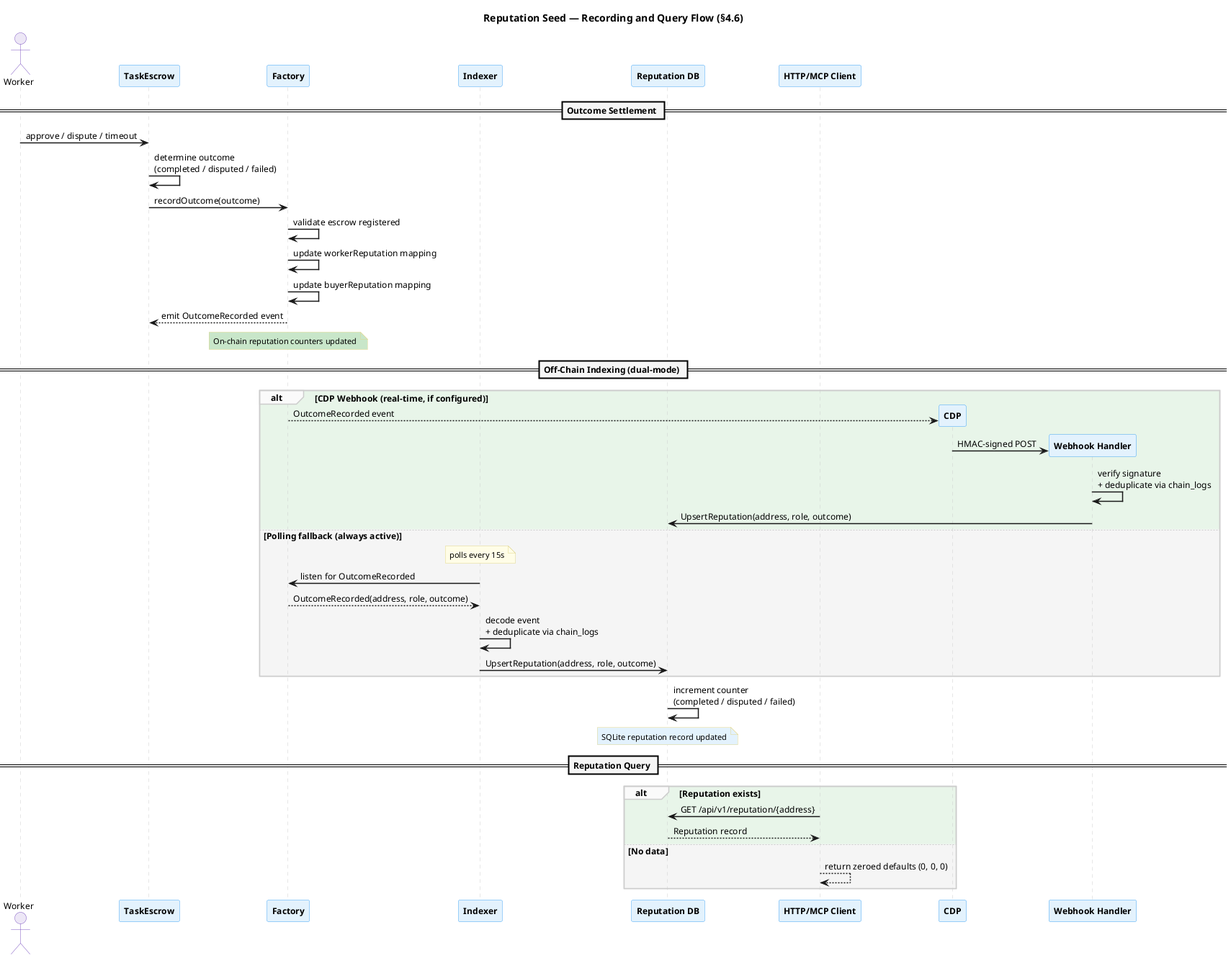
The PlantUML diagram docs/diagrams/reputation-seed-sequence.png in eddiefleurent/agent-escrow, before a commit. Its diagram source:
```plantuml
@startuml reputation-seed-sequence
skinparam backgroundColor #FFFFFF
skinparam defaultFontName "Helvetica"
skinparam defaultFontSize 12
skinparam shadowing false
skinparam sequenceArrowThickness 1.5
skinparam sequenceLifeLineBorderColor #CCCCCC
skinparam sequenceDividerBackgroundColor #F5F5F5
skinparam sequenceDividerFontStyle bold
skinparam sequenceGroupBackgroundColor #FAFAFA
skinparam sequenceGroupBorderColor #CCCCCC

skinparam participant {
  BorderColor #42A5F5
  BackgroundColor #E3F2FD
  FontStyle bold
}

skinparam actor {
  BorderColor #7E57C2
  BackgroundColor #EDE7F6
}

skinparam note {
  BackgroundColor #FFFDE7
  BorderColor #E0D68A
  FontSize 11
}

title Reputation Seed — Recording and Query Flow (§4.6)

actor "Worker" as worker
participant "TaskEscrow" as escrow
participant "Factory" as factory
participant "Indexer" as indexer
participant "Reputation DB" as db
participant "HTTP/MCP Client" as client

== Outcome Settlement ==

worker -> escrow : approve / dispute / timeout
escrow -> escrow : determine outcome\n(completed / disputed / failed)
escrow -> factory : recordOutcome(outcome)
factory -> factory : validate escrow registered
factory -> factory : update workerReputation mapping
factory -> factory : update buyerReputation mapping
factory --> escrow : emit OutcomeRecorded event
note over factory #C8E6C9 : On-chain reputation counters updated

== Off-Chain Indexing (dual-mode) ==

alt #E8F5E9 CDP Webhook (real-time, if configured)
  factory --> "CDP" as cdp ** #FFF3E0 : OutcomeRecorded event
  cdp -> "Webhook Handler" as webhook ** #BBDEFB : HMAC-signed POST
  webhook -> webhook : verify signature\n+ deduplicate via chain_logs
  webhook -> db : UpsertReputation(address, role, outcome)
else #F5F5F5 Polling fallback (always active)
  note over indexer : polls every 15s
  indexer -> factory : listen for OutcomeRecorded
  factory --> indexer : OutcomeRecorded(address, role, outcome)
  indexer -> indexer : decode event\n+ deduplicate via chain_logs
  indexer -> db : UpsertReputation(address, role, outcome)
end

db -> db : increment counter\n(completed / disputed / failed)
note over db #E3F2FD : SQLite reputation record updated

== Reputation Query ==

alt #E8F5E9 Reputation exists
  client -> db : GET /api/v1/reputation/{address}
  db --> client : Reputation record
else #F5F5F5 No data
  client --> client : return zeroed defaults (0, 0, 0)
end

@enduml
```
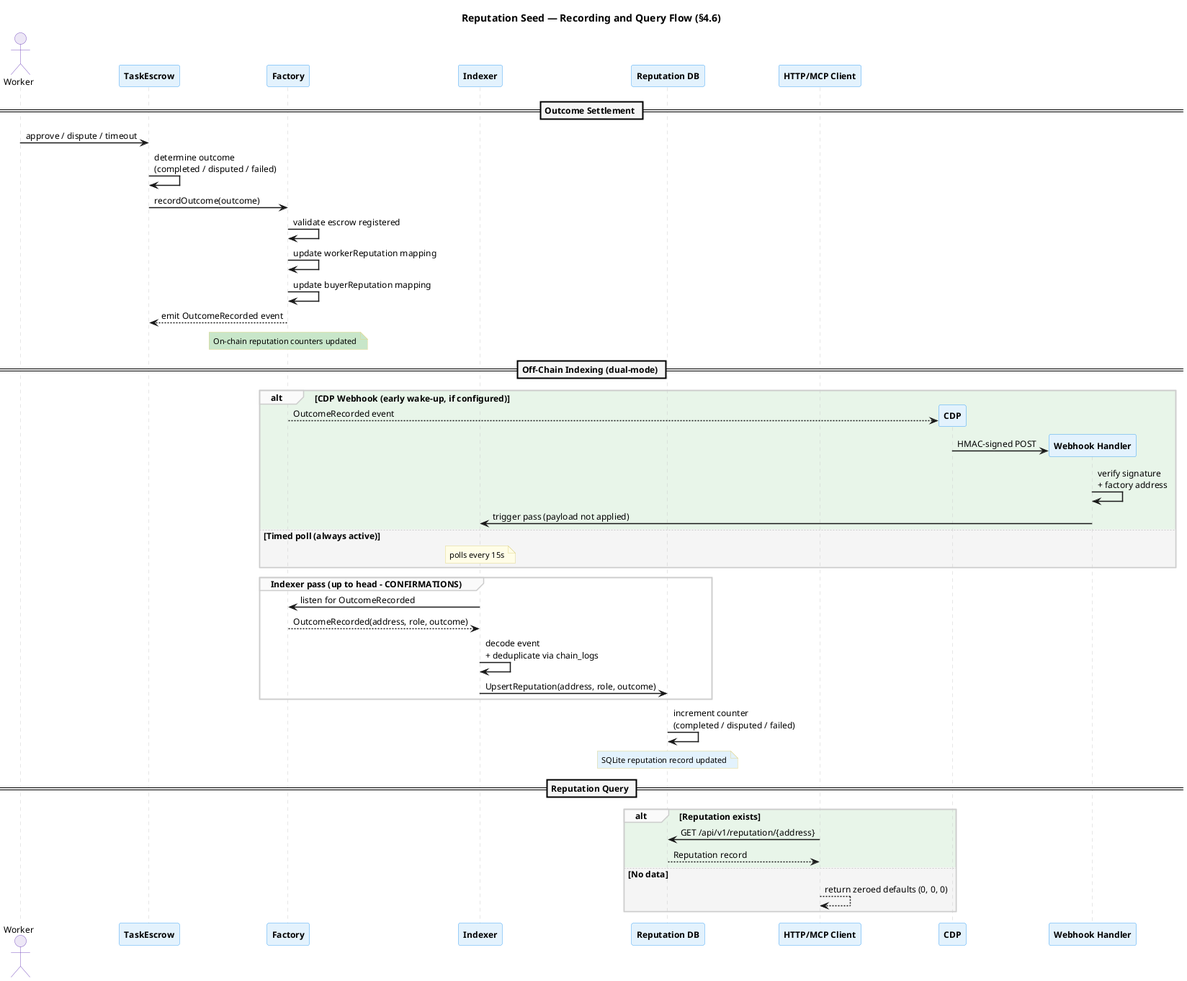
Later version of the same file.

What changed in the source:
```diff
@@ -49,13 +49,16 @@
 
 == Off-Chain Indexing (dual-mode) ==
 
-alt #E8F5E9 CDP Webhook (real-time, if configured)
+alt #E8F5E9 CDP Webhook (early wake-up, if configured)
   factory --> "CDP" as cdp ** #FFF3E0 : OutcomeRecorded event
   cdp -> "Webhook Handler" as webhook ** #BBDEFB : HMAC-signed POST
-  webhook -> webhook : verify signature\n+ deduplicate via chain_logs
-  webhook -> db : UpsertReputation(address, role, outcome)
-else #F5F5F5 Polling fallback (always active)
+  webhook -> webhook : verify signature\n+ factory address
+  webhook -> indexer : trigger pass (payload not applied)
+else #F5F5F5 Timed poll (always active)
   note over indexer : polls every 15s
+end
+
+group Indexer pass (up to head - CONFIRMATIONS)
   indexer -> factory : listen for OutcomeRecorded
   factory --> indexer : OutcomeRecorded(address, role, outcome)
   indexer -> indexer : decode event\n+ deduplicate via chain_logs
```
